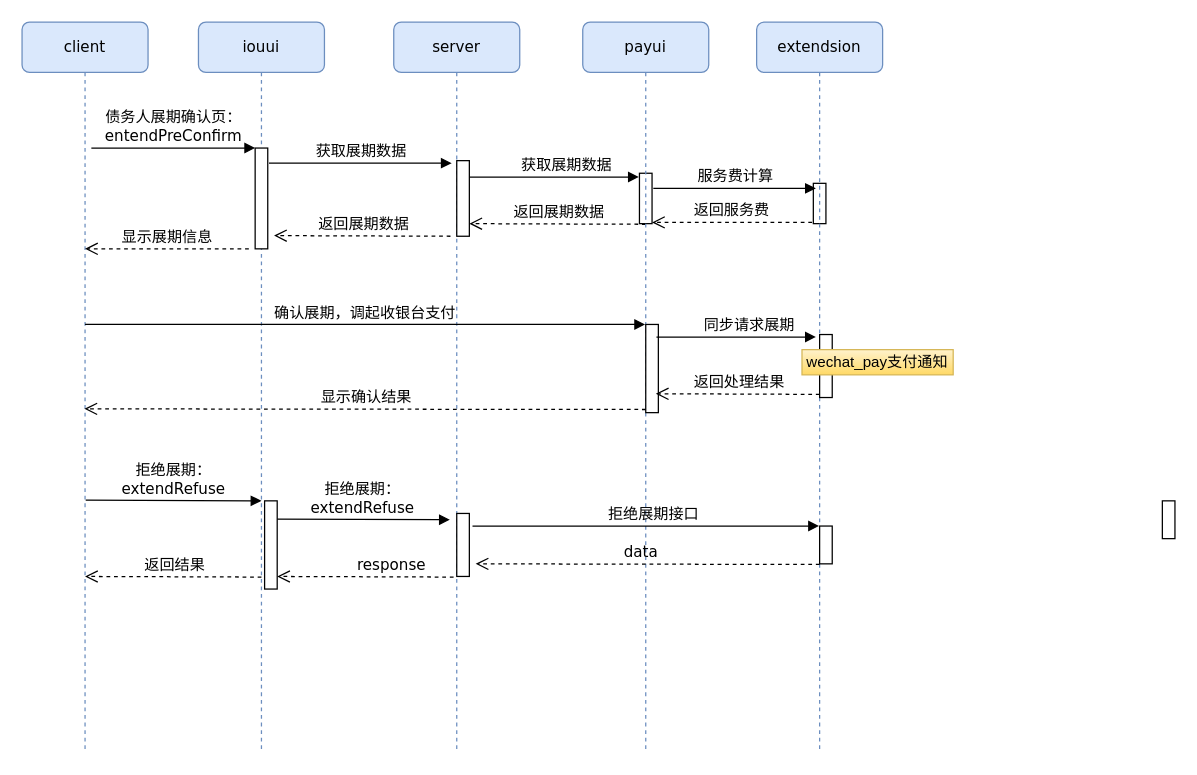
Before: 确认展期.drawio in Racheil/Http, a draw.io diagram. Source tidied: cells renumbered, new cells numbered last; positions are measured from the earlier drawing's top-left corner, leaving out a move shared by most shapes. Both pictures are drawn from the tidied source at 126%, with x=0, y=0 at pixel (21, 21).
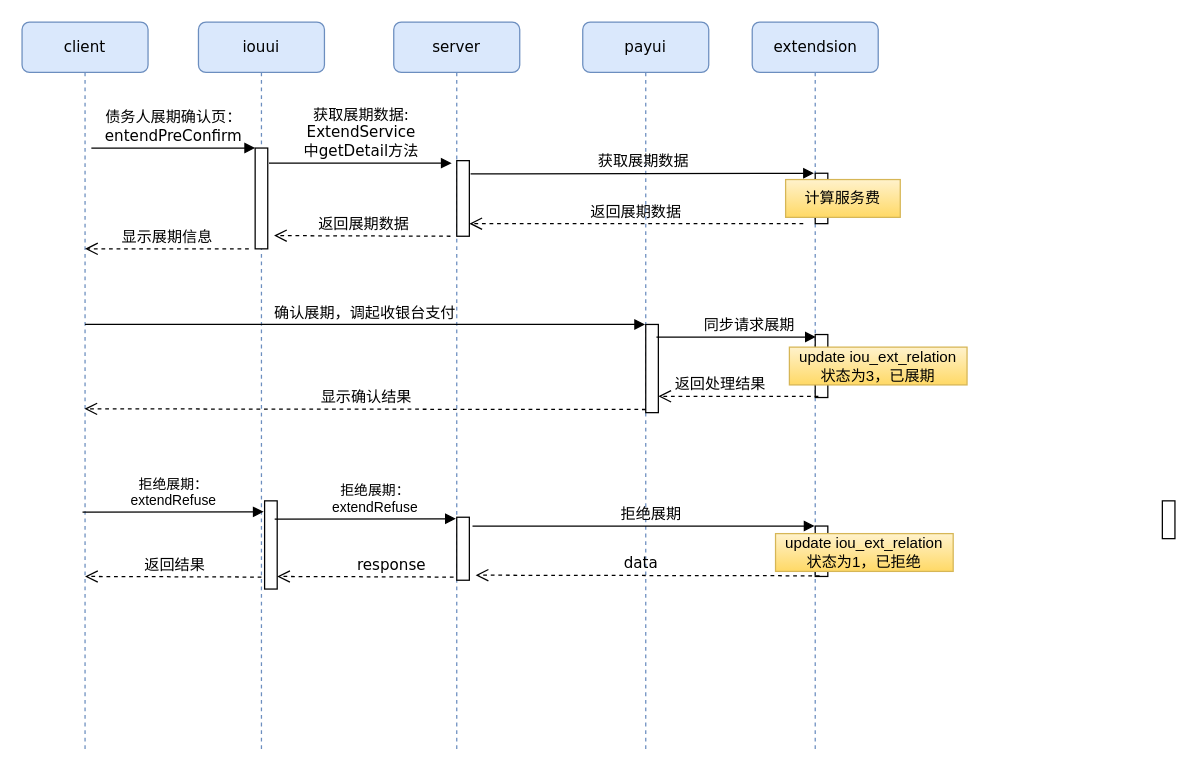
Above is the later version.

Commit message:
更新确认展期.drawio

Unchanged cells that the change refers to:
```xml
<mxCell id="4" value="server" style="shape=umlLifeline;perimeter=lifelinePerimeter;whiteSpace=wrap;html=1;rounded=1;shadow=0;comic=0;labelBackgroundColor=none;strokeWidth=1;fontFamily=Verdana;fontSize=12;align=center;fillColor=#dae8fc;strokeColor=#6c8ebf;" parent="1" vertex="1">
  <mxGeometry x="295" width="100" height="580" as="geometry" />
</mxCell>
```

What changed in the source:
```diff
@@
     <mxCell id="6" style="html=1;perimeter=orthogonalPerimeter;rounded=0;shadow=0;comic=0;labelBackgroundColor=none;strokeWidth=1;fontFamily=Verdana;fontSize=12;align=center;" parent="4" vertex="1">
-      <mxGeometry x="50" y="390" width="10" height="50" as="geometry" />
+      <mxGeometry x="50" y="393" width="10" height="50" as="geometry" />
     </mxCell>
@@
-    <mxCell id="8" style="html=1;perimeter=orthogonalPerimeter;rounded=0;shadow=0;comic=0;labelBackgroundColor=none;strokeWidth=1;fontFamily=Verdana;fontSize=12;align=center;" parent="1" vertex="1">
-      <mxGeometry x="628" y="128" width="10" height="32" as="geometry" />
-    </mxCell>
-    <mxCell id="9" value="服务费计算" style="html=1;verticalAlign=bottom;endArrow=block;labelBackgroundColor=none;fontFamily=Verdana;fontSize=12;edgeStyle=elbowEdgeStyle;elbow=vertical;" parent="1" edge="1">
-      <mxGeometry relative="1" as="geometry">
-        <mxPoint x="501" y="132" as="sourcePoint" />
-        <mxPoint x="630" y="132" as="targetPoint" />
-      </mxGeometry>
-    </mxCell>
-    <mxCell id="10" value="返回服务费" style="html=1;verticalAlign=bottom;endArrow=open;dashed=1;endSize=8;labelBackgroundColor=none;fontFamily=Verdana;fontSize=12;edgeStyle=elbowEdgeStyle;elbow=vertical;" parent="1" edge="1">
-      <mxGeometry relative="1" as="geometry">
-        <mxPoint x="627" y="159" as="sourcePoint" />
-        <mxPoint x="500" y="159" as="targetPoint" />
-        <Array as="points">
-          <mxPoint x="572" y="159" />
-          <mxPoint x="602" y="159" />
-        </Array>
-      </mxGeometry>
-    </mxCell>
@@
-    <mxCell id="13" value="获取展期数据" style="html=1;verticalAlign=bottom;endArrow=block;entryX=0;entryY=0;labelBackgroundColor=none;fontFamily=Verdana;fontSize=12;edgeStyle=elbowEdgeStyle;elbow=vertical;" parent="1" edge="1">
+    <mxCell id="13" value="获取展期数据:&lt;br&gt;ExtendService&lt;br&gt;中getDetail方法" style="html=1;verticalAlign=bottom;endArrow=block;entryX=0;entryY=0;labelBackgroundColor=none;fontFamily=Verdana;fontSize=12;edgeStyle=elbowEdgeStyle;elbow=vertical;" parent="1" edge="1">
       <mxGeometry relative="1" as="geometry">
         <mxPoint x="196" y="112" as="sourcePoint" />
         <mxPoint x="341" y="112" as="targetPoint" />
       </mxGeometry>
     </mxCell>
@@
     <mxCell id="16" value="extendsion" style="shape=umlLifeline;perimeter=lifelinePerimeter;whiteSpace=wrap;html=1;outlineConnect=0;rounded=1;shadow=0;comic=0;labelBackgroundColor=none;strokeWidth=1;fontFamily=Verdana;fontSize=12;align=center;fillColor=#dae8fc;strokeColor=#6c8ebf;" parent="1" vertex="1">
-      <mxGeometry x="583" width="100" height="580" as="geometry" />
+      <mxGeometry x="579.5" width="100" height="580" as="geometry" />
     </mxCell>
@@
     <mxCell id="18" style="html=1;perimeter=orthogonalPerimeter;rounded=0;shadow=0;comic=0;labelBackgroundColor=none;strokeWidth=1;fontFamily=Verdana;fontSize=12;align=center;" parent="16" vertex="1">
-      <mxGeometry x="50" y="400" width="10" height="30" as="geometry" />
+      <mxGeometry x="50" y="400" width="10" height="40" as="geometry" />
     </mxCell>
-    <mxCell id="19" value="获取展期数据" style="html=1;verticalAlign=bottom;endArrow=block;labelBackgroundColor=none;fontFamily=Verdana;fontSize=12;edgeStyle=elbowEdgeStyle;elbow=vertical;" parent="1" edge="1">
-      <mxGeometry x="0.15" relative="1" as="geometry">
-        <mxPoint x="355" y="123" as="sourcePoint" />
-        <mxPoint x="489.5" y="123" as="targetPoint" />
-      </mxGeometry>
-    </mxCell>
+    <mxCell id="36" style="html=1;perimeter=orthogonalPerimeter;rounded=0;shadow=0;comic=0;labelBackgroundColor=none;strokeWidth=1;fontFamily=Verdana;fontSize=12;align=center;" parent="16" vertex="1">
+      <mxGeometry x="50" y="120" width="10" height="40" as="geometry" />
+    </mxCell>
     <mxCell id="20" value="返回展期数据" style="html=1;verticalAlign=bottom;endArrow=open;dashed=1;endSize=8;labelBackgroundColor=none;fontFamily=Verdana;fontSize=12;edgeStyle=elbowEdgeStyle;elbow=vertical;" parent="1" edge="1">
       <mxGeometry relative="1" as="geometry">
-        <mxPoint x="495" y="160.5" as="sourcePoint" />
+        <mxPoint x="620" y="160" as="sourcePoint" />
         <mxPoint x="355" y="160" as="targetPoint" />
       </mxGeometry>
     </mxCell>
-    <mxCell id="21" style="html=1;perimeter=orthogonalPerimeter;rounded=0;shadow=0;comic=0;labelBackgroundColor=none;strokeWidth=1;fontFamily=Verdana;fontSize=12;align=center;" parent="1" vertex="1">
-      <mxGeometry x="490" y="120" width="10" height="40" as="geometry" />
-    </mxCell>
@@
     <mxCell id="25" value="显示确认结果" style="html=1;verticalAlign=bottom;endArrow=open;dashed=1;endSize=8;labelBackgroundColor=none;fontFamily=Verdana;fontSize=12;edgeStyle=elbowEdgeStyle;elbow=vertical;" parent="1" edge="1">
       <mxGeometry relative="1" as="geometry">
         <mxPoint x="495" y="307.5" as="sourcePoint" />
         <mxPoint x="49.5" y="307" as="targetPoint" />
-        <Array as="points">
-          <mxPoint x="430" y="307" />
-          <mxPoint x="460" y="307" />
-        </Array>
       </mxGeometry>
     </mxCell>
@@
-    <mxCell id="27" value="返回处理结果" style="html=1;verticalAlign=bottom;endArrow=open;dashed=1;endSize=8;labelBackgroundColor=none;fontFamily=Verdana;fontSize=12;edgeStyle=elbowEdgeStyle;elbow=vertical;" parent="1" edge="1">
-      <mxGeometry relative="1" as="geometry">
-        <mxPoint x="633" y="295.5" as="sourcePoint" />
-        <mxPoint x="503" y="295" as="targetPoint" />
-      </mxGeometry>
-    </mxCell>
-    <mxCell id="28" value="wechat_pay支付通知" style="rounded=0;whiteSpace=wrap;html=1;gradientColor=#ffd966;fillColor=#fff2cc;strokeColor=#d6b656;" parent="1" vertex="1">
-      <mxGeometry x="619" y="260" width="120" height="20" as="geometry" />
+    <mxCell id="28" value="update iou_ext_relation&lt;br&gt;状态为3，已展期" style="rounded=0;whiteSpace=wrap;html=1;gradientColor=#ffd966;fillColor=#fff2cc;strokeColor=#d6b656;" parent="1" vertex="1">
+      <mxGeometry x="609" y="258" width="141" height="30" as="geometry" />
     </mxCell>
-    <mxCell id="29" value="拒绝展期：&lt;br&gt;extendRefuse" style="html=1;verticalAlign=bottom;endArrow=block;labelBackgroundColor=none;fontFamily=Verdana;fontSize=12;edgeStyle=elbowEdgeStyle;elbow=vertical;" parent="1" edge="1">
-      <mxGeometry relative="1" as="geometry">
-        <mxPoint x="50.5" y="379.5" as="sourcePoint" />
-        <mxPoint x="190" y="380" as="targetPoint" />
-      </mxGeometry>
-    </mxCell>
-    <mxCell id="30" value="拒绝展期：&lt;br&gt;extendRefuse" style="html=1;verticalAlign=bottom;endArrow=block;labelBackgroundColor=none;fontFamily=Verdana;fontSize=12;edgeStyle=elbowEdgeStyle;elbow=vertical;" parent="1" edge="1">
-      <mxGeometry relative="1" as="geometry">
-        <mxPoint x="200" y="394.5" as="sourcePoint" />
-        <mxPoint x="339.5" y="395" as="targetPoint" />
-      </mxGeometry>
-    </mxCell>
@@
-    <mxCell id="34" value="拒绝展期接口" style="html=1;verticalAlign=bottom;endArrow=block;labelBackgroundColor=none;fontFamily=Verdana;fontSize=12;edgeStyle=elbowEdgeStyle;elbow=vertical;" parent="1" edge="1" target="16">
+    <mxCell id="34" value="拒绝展期" style="html=1;verticalAlign=bottom;endArrow=block;labelBackgroundColor=none;fontFamily=Verdana;fontSize=12;edgeStyle=elbowEdgeStyle;elbow=vertical;" parent="1" edge="1" target="16">
       <mxGeometry x="0.04" relative="1" as="geometry">
         <mxPoint x="357.5" y="400" as="sourcePoint" />
       </mxGeometry>
     </mxCell>
     <mxCell id="35" value="data" style="html=1;verticalAlign=bottom;endArrow=open;dashed=1;endSize=8;labelBackgroundColor=none;fontFamily=Verdana;fontSize=12;edgeStyle=elbowEdgeStyle;elbow=vertical;" parent="1" edge="1">
       <mxGeometry x="0.05" relative="1" as="geometry">
-        <mxPoint x="633" y="430.5" as="sourcePoint" />
-        <mxPoint x="360" y="430" as="targetPoint" />
+        <mxPoint x="633" y="439.5" as="sourcePoint" />
+        <mxPoint x="360" y="439" as="targetPoint" />
         <Array as="points">
-          <mxPoint x="768" y="430" />
-          <mxPoint x="598" y="430" />
+          <mxPoint x="768" y="439" />
+          <mxPoint x="598" y="439" />
         </Array>
         <mxPoint x="1" as="offset" />
       </mxGeometry>
     </mxCell>
+    <mxCell id="37" value="update iou_ext_relation&lt;br&gt;状态为1，已拒绝" style="rounded=0;whiteSpace=wrap;html=1;gradientColor=#ffd966;fillColor=#fff2cc;strokeColor=#d6b656;" parent="1" vertex="1">
+      <mxGeometry x="598" y="406" width="141" height="30" as="geometry" />
+    </mxCell>
+    <mxCell id="27" value="返回处理结果" style="html=1;verticalAlign=bottom;endArrow=open;dashed=1;endSize=8;labelBackgroundColor=none;fontFamily=Verdana;fontSize=12;edgeStyle=elbowEdgeStyle;elbow=vertical;" parent="1" edge="1">
+      <mxGeometry x="0.21" relative="1" as="geometry">
+        <mxPoint x="632" y="297" as="sourcePoint" />
+        <mxPoint x="505" y="297" as="targetPoint" />
+        <Array as="points">
+          <mxPoint x="607" y="297" />
+        </Array>
+        <mxPoint x="-1" as="offset" />
+      </mxGeometry>
+    </mxCell>
+    <mxCell id="38" value="拒绝展期：&lt;br&gt;extendRefuse" style="html=1;verticalAlign=bottom;endArrow=block;entryX=-0.068;entryY=0.139;entryDx=0;entryDy=0;entryPerimeter=0;" parent="1" edge="1">
+      <mxGeometry relative="1" as="geometry">
+        <mxPoint x="48" y="389" as="sourcePoint" />
+        <mxPoint x="191.8" y="388.7" as="targetPoint" />
+      </mxGeometry>
+    </mxCell>
+    <mxCell id="39" value="拒绝展期：&lt;br&gt;extendRefuse" style="html=1;verticalAlign=bottom;endArrow=block;entryX=-0.068;entryY=0.139;entryDx=0;entryDy=0;entryPerimeter=0;" parent="1" edge="1">
+      <mxGeometry x="0.11" relative="1" as="geometry">
+        <mxPoint x="200.5" y="394.5" as="sourcePoint" />
+        <mxPoint x="344.3" y="394.2" as="targetPoint" />
+      </mxGeometry>
+    </mxCell>
+    <mxCell id="19" value="获取展期数据" style="html=1;verticalAlign=bottom;endArrow=block;labelBackgroundColor=none;fontFamily=Verdana;fontSize=12;edgeStyle=elbowEdgeStyle;elbow=vertical;" parent="1" edge="1">
+      <mxGeometry relative="1" as="geometry">
+        <mxPoint x="356" y="120.5" as="sourcePoint" />
+        <mxPoint x="628.5" y="120.4" as="targetPoint" />
+      </mxGeometry>
+    </mxCell>
+    <mxCell id="40" value="计算服务费" style="rounded=0;whiteSpace=wrap;html=1;gradientColor=#ffd966;fillColor=#fff2cc;strokeColor=#d6b656;" parent="1" vertex="1">
+      <mxGeometry x="606" y="125" width="91" height="30" as="geometry" />
+    </mxCell>
```
